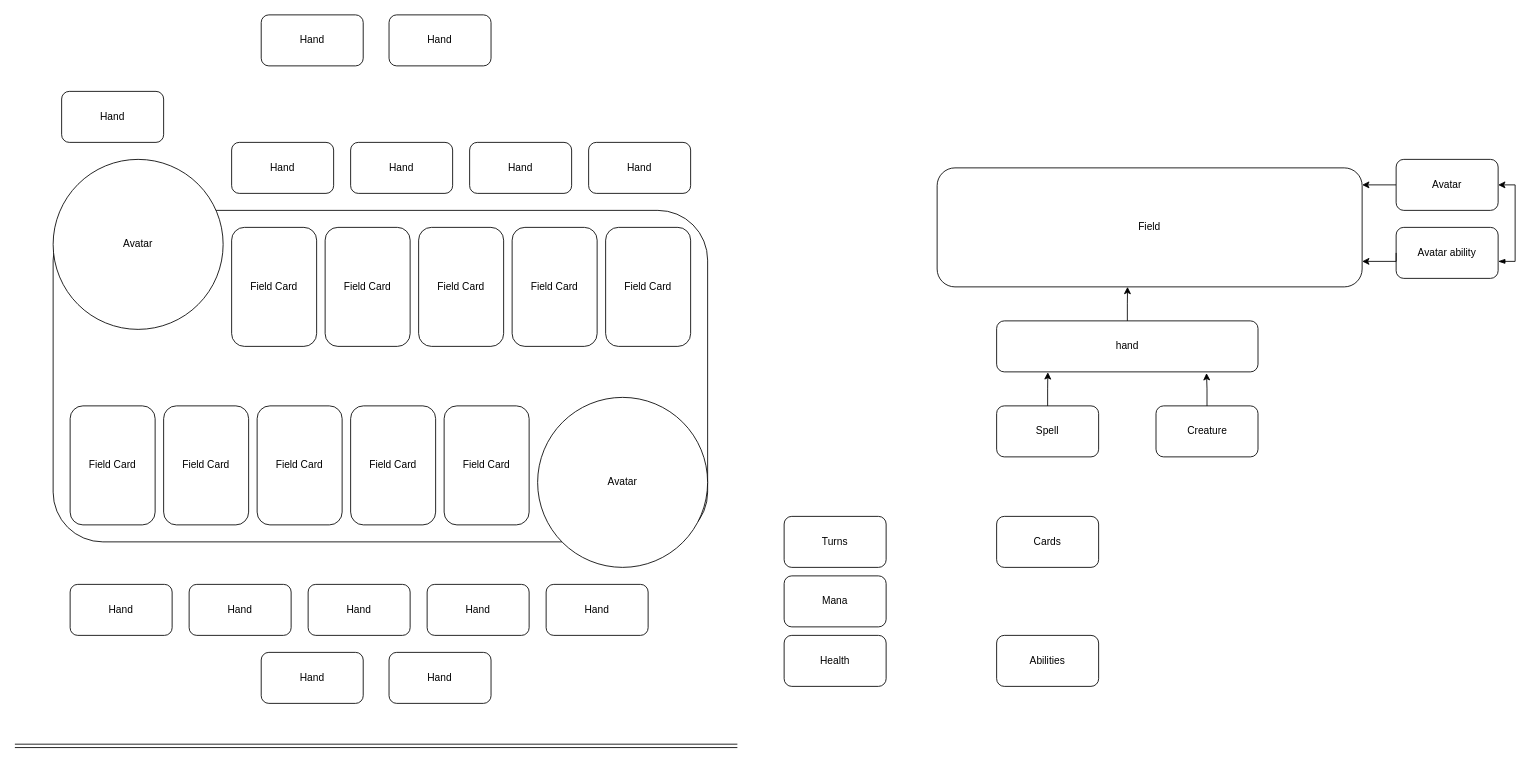
popados/01_diagrams keeps this draw.io diagram as daigrams_from_site/Card Game Flow Chart.drawio. Above is the earlier version. Source tidied: cells renumbered, new cells numbered last; positions are measured from the earlier drawing's top-left corner, leaving out a move shared by most shapes. Both pictures are drawn from the tidied source at 85%, with x=0, y=0 at pixel (14, 14).
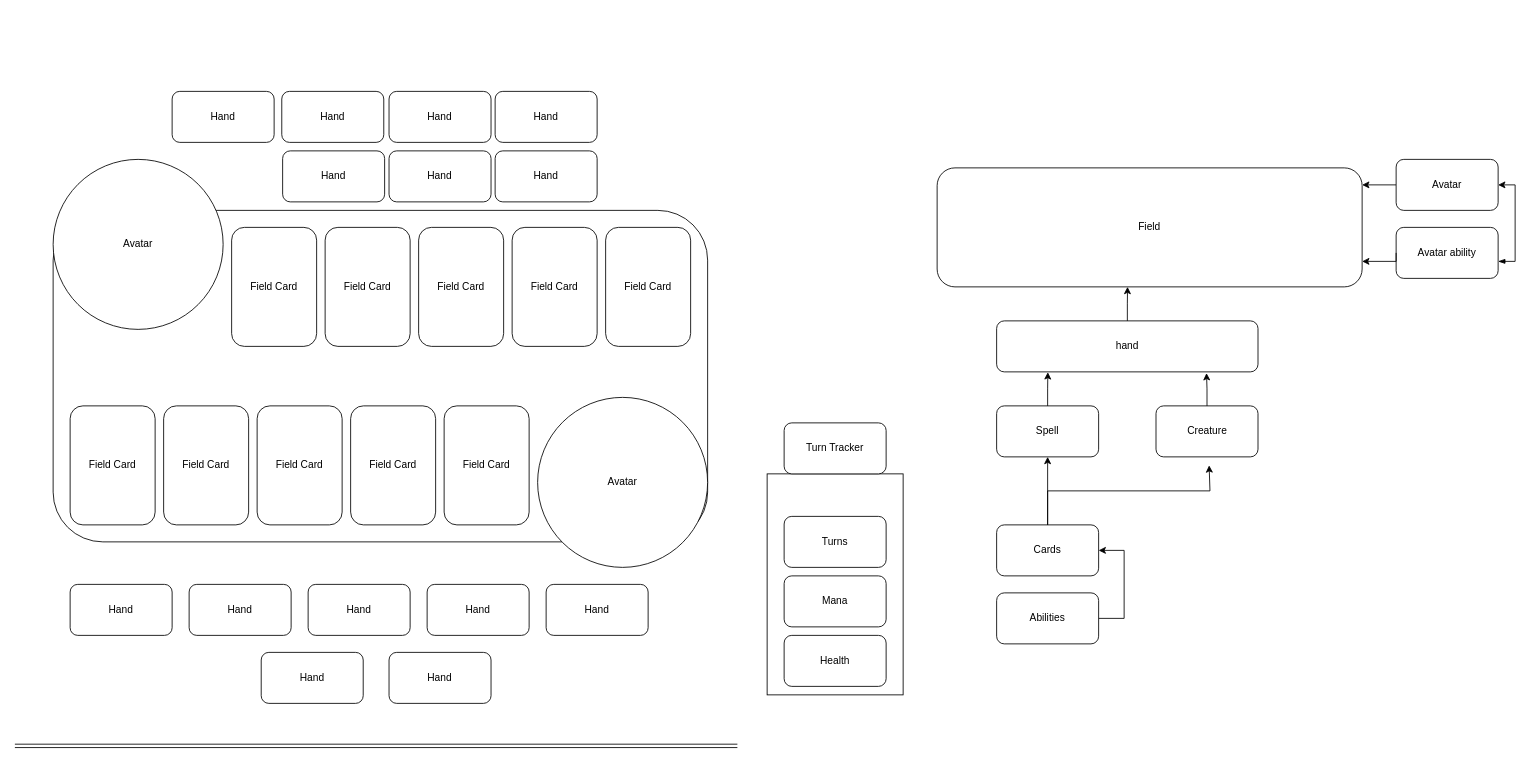
The same page after the edit.

The change refers to these unchanged cells:
```xml
<mxCell id="20" value="Spell" style="rounded=1;whiteSpace=wrap;html=1;" parent="1" vertex="1">
  <mxGeometry x="1155" y="460" width="120" height="60" as="geometry" />
</mxCell>
```

The edit, as a diff of the source:
```diff
@@
     <mxCell id="2" value="Hand" style="rounded=1;whiteSpace=wrap;html=1;" parent="1" vertex="1">
-      <mxGeometry x="55" y="90" width="120" height="60" as="geometry" />
+      <mxGeometry x="185" y="90" width="120" height="60" as="geometry" />
     </mxCell>
     <mxCell id="3" value="Hand" style="rounded=1;whiteSpace=wrap;html=1;" parent="1" vertex="1">
-      <mxGeometry x="255" y="150" width="120" height="60" as="geometry" />
+      <mxGeometry x="314" y="90" width="120" height="60" as="geometry" />
     </mxCell>
@@
     <mxCell id="6" value="Hand" style="rounded=1;whiteSpace=wrap;html=1;" parent="1" vertex="1">
-      <mxGeometry x="535" y="150" width="120" height="60" as="geometry" />
+      <mxGeometry x="565" y="90" width="120" height="60" as="geometry" />
     </mxCell>
     <mxCell id="7" value="Hand" style="rounded=1;whiteSpace=wrap;html=1;" parent="1" vertex="1">
-      <mxGeometry x="395" y="150" width="120" height="60" as="geometry" />
+      <mxGeometry x="440.2" y="90" width="120" height="60" as="geometry" />
     </mxCell>
     <mxCell id="8" value="Hand" style="rounded=1;whiteSpace=wrap;html=1;" parent="1" vertex="1">
-      <mxGeometry x="675" y="150" width="120" height="60" as="geometry" />
+      <mxGeometry x="565" y="160" width="120" height="60" as="geometry" />
     </mxCell>
@@
     <mxCell id="34" value="Hand" style="rounded=1;whiteSpace=wrap;html=1;" parent="1" vertex="1">
-      <mxGeometry x="289.8" width="120" height="60" as="geometry" />
+      <mxGeometry x="440.2" y="160" width="120" height="60" as="geometry" />
     </mxCell>
     <mxCell id="35" value="Hand" style="rounded=1;whiteSpace=wrap;html=1;" parent="1" vertex="1">
-      <mxGeometry x="440.2" width="120" height="60" as="geometry" />
+      <mxGeometry x="315" y="160" width="120" height="60" as="geometry" />
     </mxCell>
@@
+    <mxCell id="47" value="&lt;p&gt;&lt;table&gt;&lt;tbody&gt;&lt;tr&gt;&lt;/tr&gt;&lt;/tbody&gt;&lt;/table&gt;&lt;table&gt;&lt;tbody&gt;&lt;tr&gt;&lt;td&gt;&lt;br&gt;&lt;/td&gt;&lt;/tr&gt;&lt;/tbody&gt;&lt;/table&gt;&lt;br&gt;&lt;br&gt;&lt;br&gt;&lt;/p&gt;" style="rounded=0;whiteSpace=wrap;html=1;align=center;" parent="1" vertex="1">
+      <mxGeometry x="885" y="540" width="160" height="260" as="geometry" />
+    </mxCell>
@@
+    <mxCell id="48" style="edgeStyle=orthogonalEdgeStyle;rounded=0;jettySize=auto;html=1;entryX=1;entryY=0.5;entryDx=0;entryDy=0;" parent="1" edge="1" source="45" target="46">
+      <mxGeometry relative="1" as="geometry">
+        <Array as="points">
+          <mxPoint x="1305" y="710" />
+          <mxPoint x="1305" y="630" />
+        </Array>
+      </mxGeometry>
+    </mxCell>
     <mxCell id="45" value="Abilities" style="rounded=1;whiteSpace=wrap;html=1;" parent="1" vertex="1">
-      <mxGeometry x="1155" y="730" width="120" height="60" as="geometry" />
+      <mxGeometry x="1155" y="680" width="120" height="60" as="geometry" />
     </mxCell>
+    <mxCell id="49" style="edgeStyle=orthogonalEdgeStyle;rounded=0;jettySize=auto;html=1;entryX=0.5;entryY=1;entryDx=0;entryDy=0;" parent="1" edge="1" source="46" target="20">
+      <mxGeometry relative="1" as="geometry" />
+    </mxCell>
+    <mxCell id="50" style="edgeStyle=orthogonalEdgeStyle;rounded=0;jettySize=auto;html=1;" parent="1" edge="1" source="46">
+      <mxGeometry relative="1" as="geometry">
+        <mxPoint x="1405" y="530" as="targetPoint" />
+        <Array as="points">
+          <mxPoint x="1215" y="560" />
+          <mxPoint x="1406" y="560" />
+          <mxPoint x="1406" y="530" />
+        </Array>
+      </mxGeometry>
+    </mxCell>
     <mxCell id="46" value="Cards" style="rounded=1;whiteSpace=wrap;html=1;" parent="1" vertex="1">
-      <mxGeometry x="1155" y="590" width="120" height="60" as="geometry" />
+      <mxGeometry x="1155" y="600" width="120" height="60" as="geometry" />
     </mxCell>
+    <mxCell id="51" value="Turn Tracker" style="rounded=1;whiteSpace=wrap;html=1;" parent="1" vertex="1">
+      <mxGeometry x="905" y="480" width="120" height="60" as="geometry" />
+    </mxCell>
```
